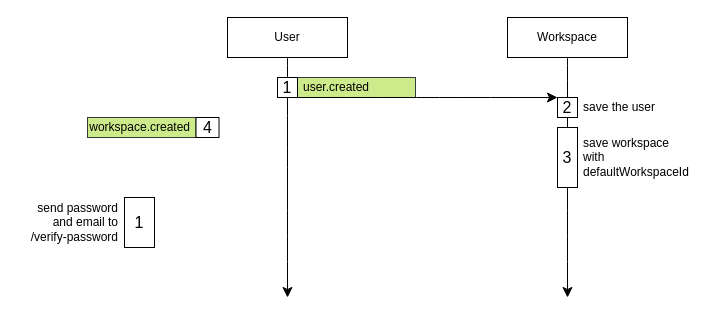
Above: page "user.created" (1 of 2) of docs/diagrams/flowcharts/workspace.drawio in sourabh-singh-rawat/issue-tracker-services (draw.io), before the change. Source tidied: cells renumbered, new cells numbered last; positions are measured from the earlier drawing's top-left corner, leaving out a move shared by most shapes. Both pictures are drawn from the tidied source at 100%, with x=0, y=0 at pixel (17, 17).
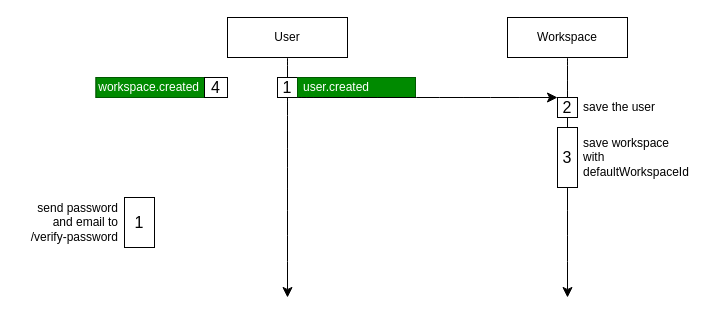
The same page after the edit.

Commit message (it also covers changes not shown here):
chore: Adds k8s commands and updates workspace diagrams

Unchanged cells that the change refers to:
```xml
<mxCell id="9" style="group;fillColor=#cdeb8b;strokeColor=#36393d;" parent="1" vertex="1">
  <mxGeometry x="260" y="60" width="138" height="20" as="geometry" />
</mxCell>
```

What changed in the source:
```diff
@@
-    <mxCell id="11" value="user.created" style="text;html=1;fillColor=none;align=left;verticalAlign=middle;whiteSpace=wrap;rounded=0;fontSize=12;fontFamily=Helvetica;spacingLeft=4;" parent="9" vertex="1">
+    <mxCell id="11" value="user.created" style="text;html=1;fillColor=#008a00;align=left;verticalAlign=middle;whiteSpace=wrap;rounded=0;fontSize=12;fontFamily=Helvetica;spacingLeft=4;fontColor=#ffffff;strokeColor=#005700;" parent="9" vertex="1">
       <mxGeometry x="20" width="118" height="20" as="geometry" />
     </mxCell>
@@
-    <mxCell id="19" style="group;" parent="1" vertex="1">
-      <mxGeometry x="70" y="100" width="131.5" height="20" as="geometry" />
+    <mxCell id="19" style="group;fillColor=#008a00;fontColor=#ffffff;strokeColor=#005700;" parent="1" vertex="1">
+      <mxGeometry x="78.5" y="60" width="131.5" height="20" as="geometry" />
     </mxCell>
-    <mxCell id="20" value="workspace.created" style="text;html=1;strokeColor=#36393d;fillColor=#cdeb8b;align=right;verticalAlign=middle;whiteSpace=wrap;rounded=0;fontSize=12;fontFamily=Helvetica;spacingLeft=4;spacingRight=4;" parent="19" vertex="1">
+    <mxCell id="20" value="workspace.created" style="text;html=1;strokeColor=#005700;fillColor=#008a00;align=right;verticalAlign=middle;whiteSpace=wrap;rounded=0;fontSize=12;fontFamily=Helvetica;spacingLeft=4;spacingRight=4;fontColor=#ffffff;" parent="19" vertex="1">
       <mxGeometry width="108.5" height="20" as="geometry" />
     </mxCell>
```
